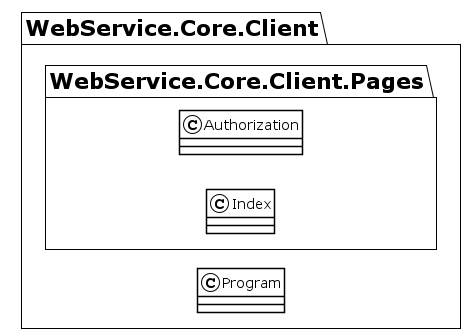
The PlantUML diagram Documentation/UML/Images/client.png in ahja-itu/BDSA2021-FinalProject, before a commit.
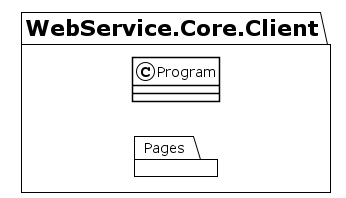
Above is the later version.

Diff of the diagram source:
```diff
@@ -1,12 +1,11 @@
 @startuml
 !theme plain
+allow_mixing
 left to right direction
+
 package WebService.Core.Client {
-    class Program { }
-    package WebService.Core.Client.Pages {
-        class Authorization {}
-        class Index {}
-    }
+    class Program
+    package Pages
 }
 
 @enduml
```
